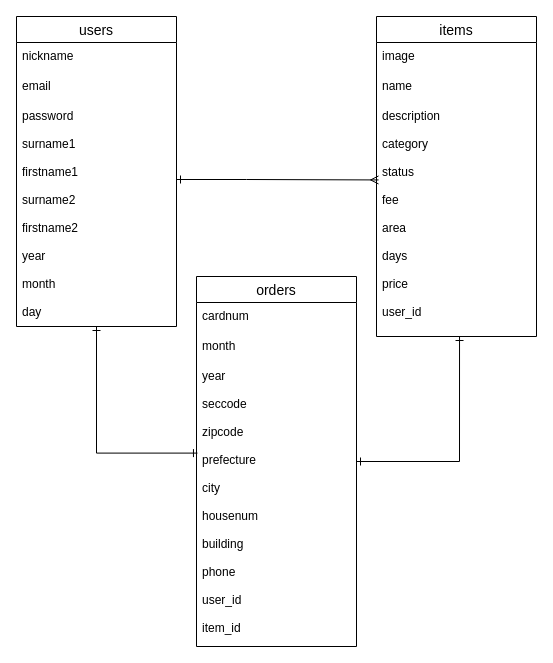
This is .dio from Hiroki-Sakurazawa/furima-28665, a draw.io file, before an edit. Source tidied: cells renumbered, new cells numbered last; positions are measured from the earlier drawing's top-left corner, leaving out a move shared by most shapes. Both pictures are drawn from the tidied source at 100%, with x=0, y=0 at pixel (16, 16).
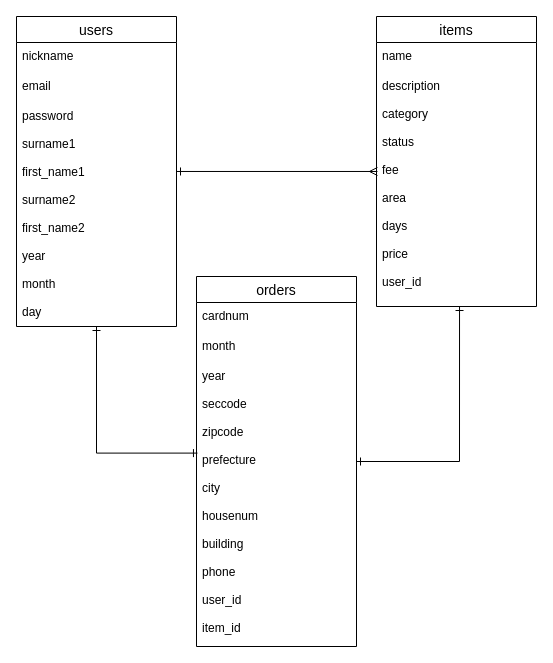
The same diagram, later.

Diff of the diagram source:
```diff
@@
 <mxGraphModel>
   <root>
     <mxCell id="0" />
     <mxCell id="1" parent="0" />
     <mxCell id="2" style="edgeStyle=orthogonalEdgeStyle;rounded=0;jettySize=auto;html=1;entryX=0.006;entryY=0.319;entryDx=0;entryDy=0;entryPerimeter=0;startArrow=ERone;startFill=0;endArrow=ERone;endFill=0;" parent="1" edge="1" source="4" target="16">
       <mxGeometry relative="1" as="geometry" />
     </mxCell>
-    <mxCell id="3" style="edgeStyle=orthogonalEdgeStyle;rounded=0;jettySize=auto;html=1;entryX=0.013;entryY=0.331;entryDx=0;entryDy=0;entryPerimeter=0;startArrow=ERone;startFill=0;endArrow=ERmany;endFill=0;" parent="1" edge="1" source="4" target="11">
-      <mxGeometry relative="1" as="geometry">
-        <Array as="points">
-          <mxPoint x="230" y="163" />
-          <mxPoint x="230" y="163" />
-        </Array>
-      </mxGeometry>
+    <mxCell id="3" style="edgeStyle=orthogonalEdgeStyle;rounded=0;jettySize=auto;html=1;entryX=0.006;entryY=0.423;entryDx=0;entryDy=0;entryPerimeter=0;startArrow=ERone;startFill=0;endArrow=ERmany;endFill=0;" parent="1" edge="1" source="4" target="11">
+      <mxGeometry relative="1" as="geometry" />
     </mxCell>
     <mxCell id="4" value="users" style="swimlane;fontStyle=0;horizontal=1;startSize=26;align=center;fontSize=14;" parent="1" vertex="1">
       <mxGeometry width="160" height="310" as="geometry" />
     </mxCell>
     <mxCell id="5" value="nickname" style="text;strokeColor=none;fillColor=none;spacingLeft=4;spacingRight=4;overflow=hidden;fontSize=12;" parent="4" vertex="1">
       <mxGeometry y="26" width="160" height="30" as="geometry" />
     </mxCell>
     <mxCell id="6" value="email" style="text;strokeColor=none;fillColor=none;spacingLeft=4;spacingRight=4;overflow=hidden;fontSize=12;" parent="4" vertex="1">
       <mxGeometry y="56" width="160" height="30" as="geometry" />
     </mxCell>
-    <mxCell id="7" value="password&#10;&#10;surname1&#10;&#10;firstname1&#10;&#10;surname2&#10;&#10;firstname2&#10;&#10;year&#10;&#10;month&#10;&#10;day" style="text;strokeColor=none;fillColor=none;spacingLeft=4;spacingRight=4;overflow=hidden;fontSize=12;" parent="4" vertex="1">
+    <mxCell id="7" value="password&#10;&#10;surname1&#10;&#10;first_name1&#10;&#10;surname2&#10;&#10;first_name2&#10;&#10;year&#10;&#10;month&#10;&#10;day" style="text;strokeColor=none;fillColor=none;spacingLeft=4;spacingRight=4;overflow=hidden;fontSize=12;" parent="4" vertex="1">
       <mxGeometry y="86" width="160" height="224" as="geometry" />
     </mxCell>
     <mxCell id="8" value="items" style="swimlane;fontStyle=0;horizontal=1;startSize=26;align=center;fontSize=14;" parent="1" vertex="1">
-      <mxGeometry x="360" width="160" height="320" as="geometry" />
+      <mxGeometry x="360" width="160" height="290" as="geometry" />
     </mxCell>
-    <mxCell id="9" value="image" style="text;strokeColor=none;fillColor=none;spacingLeft=4;spacingRight=4;overflow=hidden;fontSize=12;" parent="8" vertex="1">
-      <mxGeometry y="26" width="160" height="30" as="geometry" />
-    </mxCell>
     <mxCell id="10" value="name" style="text;strokeColor=none;fillColor=none;spacingLeft=4;spacingRight=4;overflow=hidden;fontSize=12;" parent="8" vertex="1">
-      <mxGeometry y="56" width="160" height="30" as="geometry" />
+      <mxGeometry y="26" width="160" height="30" as="geometry" />
     </mxCell>
     <mxCell id="11" value="description&#10;&#10;category&#10;&#10;status&#10;&#10;fee&#10;&#10;area&#10;&#10;days&#10;&#10;price&#10;&#10;user_id" style="text;strokeColor=none;fillColor=none;spacingLeft=4;spacingRight=4;overflow=hidden;points=[[0,0.5],[1,0.5]];portConstraint=eastwest;fontSize=12;" parent="8" vertex="1">
-      <mxGeometry y="86" width="160" height="234" as="geometry" />
+      <mxGeometry y="56" width="160" height="234" as="geometry" />
     </mxCell>
     <mxCell id="12" style="edgeStyle=orthogonalEdgeStyle;rounded=0;jettySize=auto;html=1;entryX=0.519;entryY=1;entryDx=0;entryDy=0;entryPerimeter=0;startArrow=ERone;startFill=0;endArrow=ERone;endFill=0;" parent="1" edge="1" source="13" target="11">
       <mxGeometry relative="1" as="geometry" />
     </mxCell>
     <mxCell id="13" value="orders" style="swimlane;fontStyle=0;horizontal=1;startSize=26;align=center;fontSize=14;" parent="1" vertex="1">
       <mxGeometry x="180" y="260" width="160" height="370" as="geometry" />
     </mxCell>
     <mxCell id="14" value="cardnum" style="text;strokeColor=none;fillColor=none;spacingLeft=4;spacingRight=4;overflow=hidden;fontSize=12;" parent="13" vertex="1">
       <mxGeometry y="26" width="160" height="30" as="geometry" />
     </mxCell>
     <mxCell id="15" value="month" style="text;strokeColor=none;fillColor=none;spacingLeft=4;spacingRight=4;overflow=hidden;fontSize=12;" parent="13" vertex="1">
       <mxGeometry y="56" width="160" height="30" as="geometry" />
     </mxCell>
     <mxCell id="16" value="year&#10;&#10;seccode&#10;&#10;zipcode&#10;&#10;prefecture&#10;&#10;city&#10;&#10;housenum&#10;&#10;building&#10;&#10;phone&#10;&#10;user_id&#10;&#10;item_id" style="text;strokeColor=none;fillColor=none;spacingLeft=4;spacingRight=4;overflow=hidden;points=[[0,0.5],[1,0.5]];portConstraint=eastwest;fontSize=12;" parent="13" vertex="1">
       <mxGeometry y="86" width="160" height="284" as="geometry" />
     </mxCell>
   </root>
 </mxGraphModel>
```
